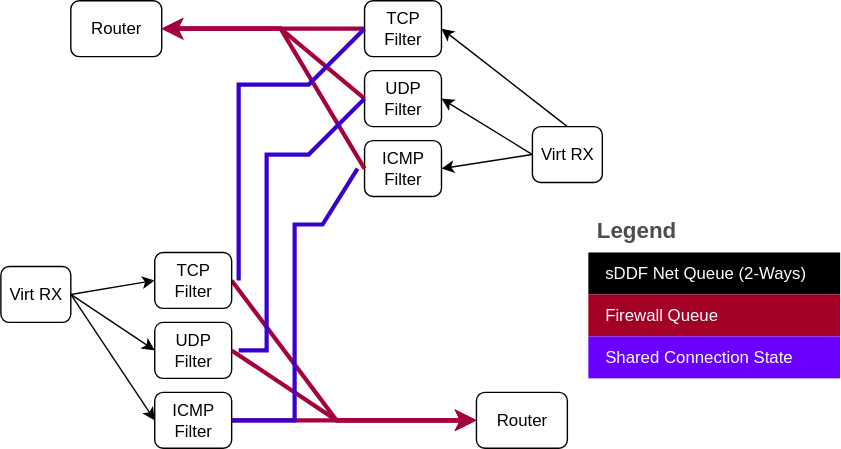
au-ts/lionsos.org keeps this draw.io diagram as static/filter.svg. Above is the earlier version. Source tidied: cells renumbered, new cells last; positions are measured from the earlier drawing's top-left corner, leaving out a move shared by most shapes.
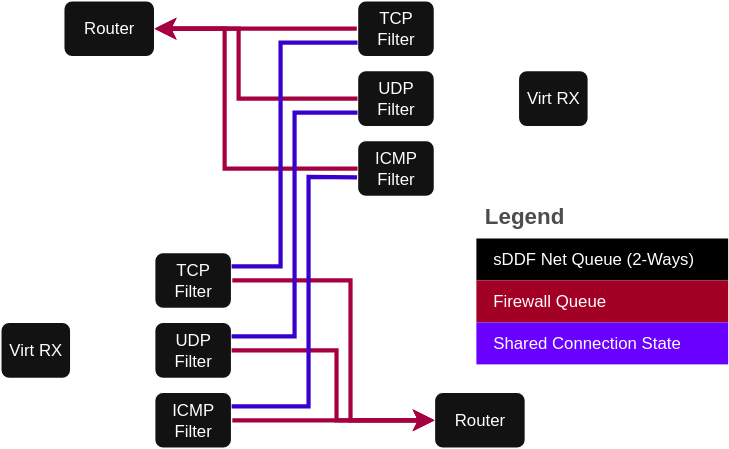
After the change.

Diff of the diagram source:
```diff
@@ -3,21 +3,21 @@
     <mxCell id="0" />
     <mxCell id="1" parent="0" />
     <mxCell id="2" value="Virt RX" style="rounded=1;whiteSpace=wrap;html=1;" parent="1" vertex="1">
-      <mxGeometry y="190" width="50" height="40" as="geometry" />
+      <mxGeometry x="-30" y="230" width="50" height="40" as="geometry" />
     </mxCell>
     <mxCell id="3" value="Virt RX" style="rounded=1;whiteSpace=wrap;html=1;" parent="1" vertex="1">
-      <mxGeometry x="380" y="90" width="50" height="40" as="geometry" />
+      <mxGeometry x="340" y="50" width="50" height="40" as="geometry" />
     </mxCell>
     <mxCell id="4" value="Router" style="rounded=1;whiteSpace=wrap;html=1;" parent="1" vertex="1">
-      <mxGeometry x="340" y="280" width="65" height="40" as="geometry" />
+      <mxGeometry x="280" y="280" width="65" height="40" as="geometry" />
     </mxCell>
     <mxCell id="5" value="Router" style="rounded=1;whiteSpace=wrap;html=1;" parent="1" vertex="1">
-      <mxGeometry x="50" width="65" height="40" as="geometry" />
+      <mxGeometry x="15" width="65" height="40" as="geometry" />
     </mxCell>
-    <mxCell id="6" style="endArrow=classic;html=1;rounded=0;exitX=1;exitY=0.5;exitDx=0;exitDy=0;entryX=0;entryY=0.5;entryDx=0;entryDy=0;" parent="1" edge="1" source="2" target="21">
+    <mxCell id="6" style="endArrow=classic;html=1;rounded=0;exitX=1;exitY=0.25;exitDx=0;exitDy=0;entryX=0;entryY=0.5;entryDx=0;entryDy=0;startArrow=classic;startFill=1;strokeWidth=1;" parent="1" edge="1" source="2" target="21">
       <mxGeometry relative="1" as="geometry" />
     </mxCell>
-    <mxCell id="7" style="endArrow=classic;html=1;rounded=0;exitX=1;exitY=0.5;exitDx=0;exitDy=0;entryX=0;entryY=0.5;entryDx=0;entryDy=0;" parent="1" edge="1" source="2" target="19">
+    <mxCell id="7" style="endArrow=classic;html=1;rounded=0;exitX=1;exitY=0.75;exitDx=0;exitDy=0;entryX=0;entryY=0.5;entryDx=0;entryDy=0;startArrow=classic;startFill=1;strokeWidth=1;" parent="1" edge="1" source="2" target="19">
       <mxGeometry relative="1" as="geometry" />
     </mxCell>
     <mxCell id="8" style="endArrow=classic;html=1;rounded=0;exitX=1;exitY=0.5;exitDx=0;exitDy=0;entryX=0;entryY=0.5;entryDx=0;entryDy=0;fillColor=#d80073;strokeColor=#A50040;strokeWidth=3;" parent="1" edge="1" source="19" target="4">
@@ -26,23 +26,25 @@
     <mxCell id="9" style="endArrow=classic;html=1;rounded=0;exitX=1;exitY=0.5;exitDx=0;exitDy=0;entryX=0;entryY=0.5;entryDx=0;entryDy=0;fillColor=#d80073;strokeColor=#A50040;strokeWidth=3;" parent="1" edge="1" source="21" target="4">
       <mxGeometry relative="1" as="geometry">
         <Array as="points">
-          <mxPoint x="240" y="300" />
+          <mxPoint x="220" y="200" />
+          <mxPoint x="220" y="300" />
         </Array>
       </mxGeometry>
     </mxCell>
     <mxCell id="10" value="&lt;div&gt;ICMP&lt;/div&gt;&lt;div&gt;Filter&lt;/div&gt;" style="rounded=1;whiteSpace=wrap;html=1;" parent="1" vertex="1">
-      <mxGeometry x="260" y="100" width="55" height="40" as="geometry" />
+      <mxGeometry x="225" y="100" width="55" height="40" as="geometry" />
     </mxCell>
-    <mxCell id="11" style="endArrow=classic;html=1;rounded=0;exitX=0.5;exitY=0;exitDx=0;exitDy=0;entryX=1;entryY=0.5;entryDx=0;entryDy=0;" parent="1" edge="1" source="3" target="16">
+    <mxCell id="11" style="endArrow=classic;html=1;rounded=0;entryX=1;entryY=0.5;entryDx=0;entryDy=0;exitX=0;exitY=0.25;exitDx=0;exitDy=0;startArrow=classic;startFill=1;strokeWidth=1;" parent="1" edge="1" source="3" target="16">
       <mxGeometry relative="1" as="geometry" />
     </mxCell>
-    <mxCell id="12" style="endArrow=classic;html=1;rounded=0;entryX=1;entryY=0.5;entryDx=0;entryDy=0;exitX=0;exitY=0.5;exitDx=0;exitDy=0;" parent="1" edge="1" source="3" target="10">
+    <mxCell id="12" style="endArrow=classic;html=1;rounded=0;entryX=1;entryY=0.5;entryDx=0;entryDy=0;exitX=0;exitY=0.75;exitDx=0;exitDy=0;startArrow=classic;startFill=1;strokeWidth=1;" parent="1" edge="1" source="3" target="10">
       <mxGeometry relative="1" as="geometry" />
     </mxCell>
     <mxCell id="13" style="endArrow=classic;html=1;rounded=0;exitX=0;exitY=0.5;exitDx=0;exitDy=0;entryX=1;entryY=0.5;entryDx=0;entryDy=0;fillColor=#d80073;strokeColor=#A50040;strokeWidth=3;" parent="1" edge="1" source="10" target="5">
       <mxGeometry relative="1" as="geometry">
         <Array as="points">
-          <mxPoint x="200" y="20" />
+          <mxPoint x="130" y="120" />
+          <mxPoint x="130" y="20" />
         </Array>
       </mxGeometry>
     </mxCell>
@@ -50,42 +52,44 @@
       <mxGeometry relative="1" as="geometry" />
     </mxCell>
     <mxCell id="15" value="&lt;div&gt;UDP&lt;/div&gt;&lt;div&gt;Filter&lt;/div&gt;" style="rounded=1;whiteSpace=wrap;html=1;" parent="1" vertex="1">
-      <mxGeometry x="260" y="50" width="55" height="40" as="geometry" />
+      <mxGeometry x="225" y="50" width="55" height="40" as="geometry" />
     </mxCell>
     <mxCell id="16" value="&lt;div&gt;TCP&lt;/div&gt;&lt;div&gt;Filter&lt;/div&gt;" style="rounded=1;whiteSpace=wrap;html=1;" parent="1" vertex="1">
-      <mxGeometry x="260" width="55" height="40" as="geometry" />
+      <mxGeometry x="225" width="55" height="40" as="geometry" />
     </mxCell>
-    <mxCell id="17" style="endArrow=classic;html=1;rounded=0;exitX=0;exitY=0.5;exitDx=0;exitDy=0;entryX=1;entryY=0.5;entryDx=0;entryDy=0;" parent="1" edge="1" source="3" target="15">
+    <mxCell id="17" style="endArrow=classic;html=1;rounded=0;exitX=0;exitY=0.5;exitDx=0;exitDy=0;entryX=1;entryY=0.5;entryDx=0;entryDy=0;startArrow=classic;startFill=1;strokeWidth=1;" parent="1" edge="1" source="3" target="15">
       <mxGeometry relative="1" as="geometry" />
     </mxCell>
     <mxCell id="18" style="endArrow=classic;html=1;rounded=0;exitX=0;exitY=0.5;exitDx=0;exitDy=0;entryX=1;entryY=0.5;entryDx=0;entryDy=0;fillColor=#d80073;strokeColor=#A50040;strokeWidth=3;" parent="1" edge="1" source="15" target="5">
       <mxGeometry relative="1" as="geometry">
         <Array as="points">
-          <mxPoint x="200" y="20" />
+          <mxPoint x="140" y="70" />
+          <mxPoint x="140" y="20" />
         </Array>
       </mxGeometry>
     </mxCell>
     <mxCell id="19" value="&lt;div&gt;ICMP&lt;/div&gt;&lt;div&gt;Filter&lt;/div&gt;" style="rounded=1;whiteSpace=wrap;html=1;" parent="1" vertex="1">
-      <mxGeometry x="110" y="280" width="55" height="40" as="geometry" />
+      <mxGeometry x="80" y="280" width="55" height="40" as="geometry" />
     </mxCell>
     <mxCell id="20" value="&lt;div&gt;UDP&lt;/div&gt;&lt;div&gt;Filter&lt;/div&gt;" style="rounded=1;whiteSpace=wrap;html=1;" parent="1" vertex="1">
-      <mxGeometry x="110" y="230" width="55" height="40" as="geometry" />
+      <mxGeometry x="80" y="230" width="55" height="40" as="geometry" />
     </mxCell>
     <mxCell id="21" value="&lt;div&gt;TCP&lt;/div&gt;&lt;div&gt;Filter&lt;/div&gt;" style="rounded=1;whiteSpace=wrap;html=1;" parent="1" vertex="1">
-      <mxGeometry x="110" y="180" width="55" height="40" as="geometry" />
+      <mxGeometry x="80" y="180" width="55" height="40" as="geometry" />
     </mxCell>
-    <mxCell id="22" style="endArrow=classic;html=1;rounded=0;exitX=1;exitY=0.5;exitDx=0;exitDy=0;entryX=0;entryY=0.5;entryDx=0;entryDy=0;" parent="1" edge="1" source="2" target="20">
+    <mxCell id="22" style="endArrow=classic;html=1;rounded=0;exitX=1;exitY=0.5;exitDx=0;exitDy=0;entryX=0;entryY=0.5;entryDx=0;entryDy=0;startArrow=classic;startFill=1;strokeWidth=1;" parent="1" edge="1" source="2" target="20">
       <mxGeometry relative="1" as="geometry" />
     </mxCell>
     <mxCell id="23" style="endArrow=classic;html=1;rounded=0;exitX=1;exitY=0.5;exitDx=0;exitDy=0;entryX=0;entryY=0.5;entryDx=0;entryDy=0;fillColor=#d80073;strokeColor=#A50040;strokeWidth=3;" parent="1" edge="1" source="20" target="4">
       <mxGeometry relative="1" as="geometry">
         <Array as="points">
-          <mxPoint x="240" y="300" />
+          <mxPoint x="210" y="250" />
+          <mxPoint x="210" y="300" />
         </Array>
       </mxGeometry>
     </mxCell>
     <mxCell id="24" value="Legend" style="shape=table;startSize=30;fontSize=16;align=left;verticalAlign=top;fillColor=none;strokeColor=none;fontColor=#4D4D4D;fontStyle=1;spacingLeft=6;spacing=0;" parent="1" vertex="1">
-      <mxGeometry x="420" y="150" width="180" height="120" as="geometry" />
+      <mxGeometry x="310" y="140" width="180" height="120" as="geometry" />
     </mxCell>
     <mxCell id="25" style="shape=tableRow;horizontal=0;startSize=0;swimlaneHead=0;swimlaneBody=0;strokeColor=inherit;top=0;left=0;bottom=0;right=0;fillColor=none;fontSize=12;" parent="24" vertex="1">
       <mxGeometry y="30" width="180" height="30" as="geometry" />
@@ -105,34 +109,29 @@
     <mxCell id="30" value="Shared Connection State" style="shape=partialRectangle;html=1;whiteSpace=wrap;strokeColor=#3700CC;overflow=hidden;fillColor=#6a00ff;top=0;left=0;bottom=0;right=0;fontSize=12;align=left;fontColor=#ffffff;spacingLeft=10;spacingRight=4;" parent="29" vertex="1">
       <mxGeometry width="180" height="30" as="geometry" />
     </mxCell>
-    <mxCell id="31" style="endArrow=none;html=1;rounded=0;entryX=0;entryY=0.5;entryDx=0;entryDy=0;fillColor=#6a00ff;strokeColor=#3700CC;strokeWidth=3;endFill=0;" parent="1" edge="1" target="16">
+    <mxCell id="31" style="endArrow=none;html=1;rounded=0;entryX=0;entryY=0.75;entryDx=0;entryDy=0;fillColor=#6a00ff;strokeColor=#3700CC;strokeWidth=3;endFill=0;exitX=1;exitY=0.25;exitDx=0;exitDy=0;" parent="1" edge="1" source="21" target="16">
       <mxGeometry relative="1" as="geometry">
-        <mxPoint x="170" y="200" as="sourcePoint" />
         <Array as="points">
+          <mxPoint x="170" y="190" />
           <mxPoint x="170" y="60" />
-          <mxPoint x="220" y="60" />
+          <mxPoint x="170" y="30" />
         </Array>
       </mxGeometry>
     </mxCell>
-    <mxCell id="32" style="endArrow=none;html=1;rounded=0;entryX=0;entryY=0.5;entryDx=0;entryDy=0;fillColor=#6a00ff;strokeColor=#3700CC;strokeWidth=3;endFill=0;" parent="1" edge="1">
+    <mxCell id="32" style="endArrow=none;html=1;rounded=0;entryX=0;entryY=0.75;entryDx=0;entryDy=0;fillColor=#6a00ff;strokeColor=#3700CC;strokeWidth=3;endFill=0;exitX=1;exitY=0.25;exitDx=0;exitDy=0;" parent="1" edge="1" source="20" target="15">
       <mxGeometry relative="1" as="geometry">
-        <mxPoint x="170" y="250" as="sourcePoint" />
-        <mxPoint x="260" y="70" as="targetPoint" />
         <Array as="points">
-          <mxPoint x="190" y="250" />
-          <mxPoint x="190" y="110" />
-          <mxPoint x="220" y="110" />
+          <mxPoint x="180" y="240" />
+          <mxPoint x="180" y="120" />
+          <mxPoint x="180" y="80" />
         </Array>
       </mxGeometry>
     </mxCell>
-    <mxCell id="33" style="endArrow=none;html=1;rounded=0;entryX=0;entryY=0.5;entryDx=0;entryDy=0;fillColor=#6a00ff;strokeColor=#3700CC;strokeWidth=3;endFill=0;" parent="1" edge="1">
+    <mxCell id="33" style="endArrow=none;html=1;rounded=0;entryX=-0.006;entryY=0.658;entryDx=0;entryDy=0;fillColor=#6a00ff;strokeColor=#3700CC;strokeWidth=3;endFill=0;exitX=1;exitY=0.25;exitDx=0;exitDy=0;entryPerimeter=0;" parent="1" edge="1" source="19" target="10">
       <mxGeometry relative="1" as="geometry">
-        <mxPoint x="165" y="300" as="sourcePoint" />
-        <mxPoint x="255" y="120" as="targetPoint" />
         <Array as="points">
-          <mxPoint x="210" y="300" />
-          <mxPoint x="210" y="160" />
-          <mxPoint x="230" y="160" />
+          <mxPoint x="190" y="290" />
+          <mxPoint x="190" y="126" />
         </Array>
       </mxGeometry>
     </mxCell>
```
